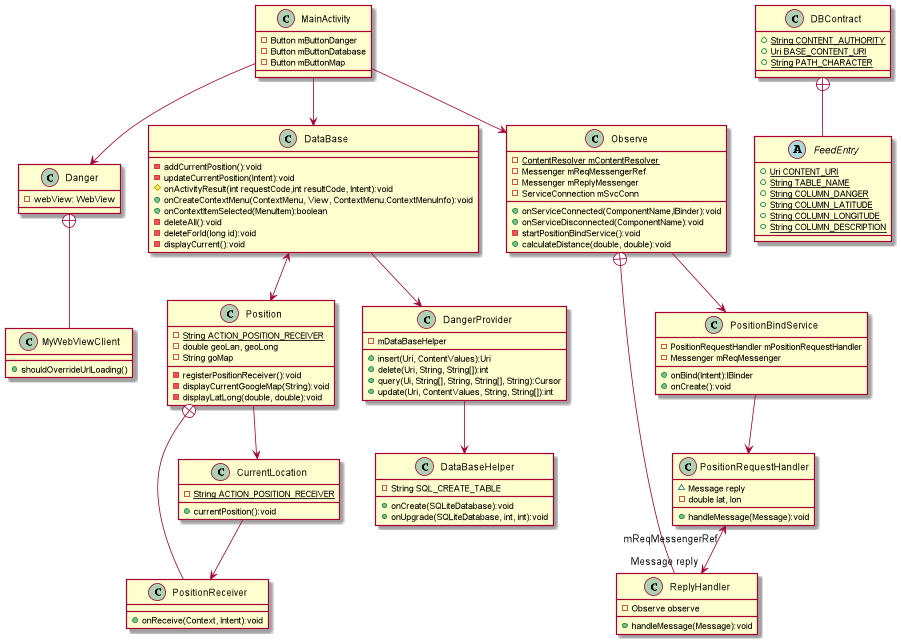
The PlantUML diagram UML_diagram.png in AlexYach1973/Capstone, before a commit.
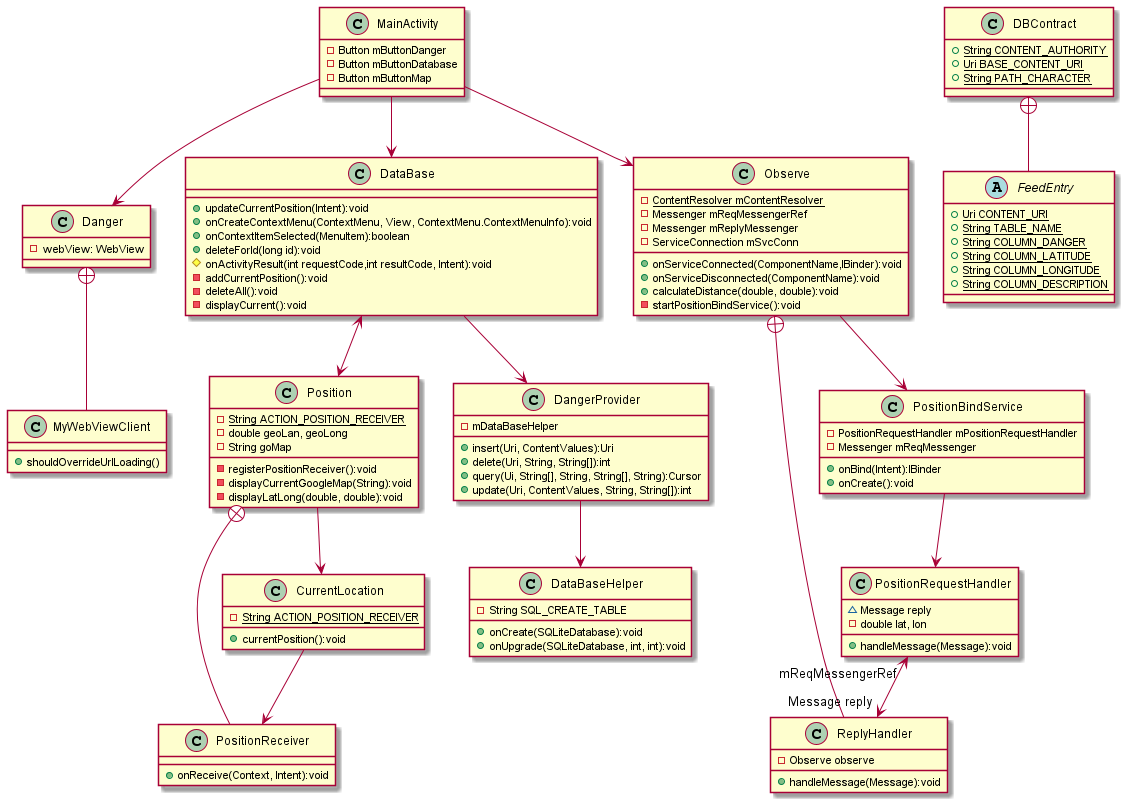
The same diagram one commit later.

What changed in the source:
```diff
@@ -16,13 +16,13 @@
 }
 
 class DataBase {
-- addCurrentPosition():void
-- updateCurrentPosition(Intent):void
-# onActivityResult(int requestCode,int resultCode, Intent):void
++ updateCurrentPosition(Intent):void
 + onCreateContextMenu(ContextMenu, View, ContextMenu.ContextMenuInfo):void
 + onContextItemSelected(MenuItem):boolean
++ deleteForId(long id):void
+# onActivityResult(int requestCode,int resultCode, Intent):void
+- addCurrentPosition():void
 - deleteAll():void
-- deleteForId(long id):void
 - displayCurrent():void
 }
 
@@ -33,8 +33,8 @@
 - ServiceConnection mSvcConn
 + onServiceConnected(ComponentName,IBinder):void
 + onServiceDisconnected(ComponentName):void
++ calculateDistance(double, double):void
 - startPositionBindService():void
-+ calculateDistance(double, double):void
 }
 
 class ReplyHandler {
```
